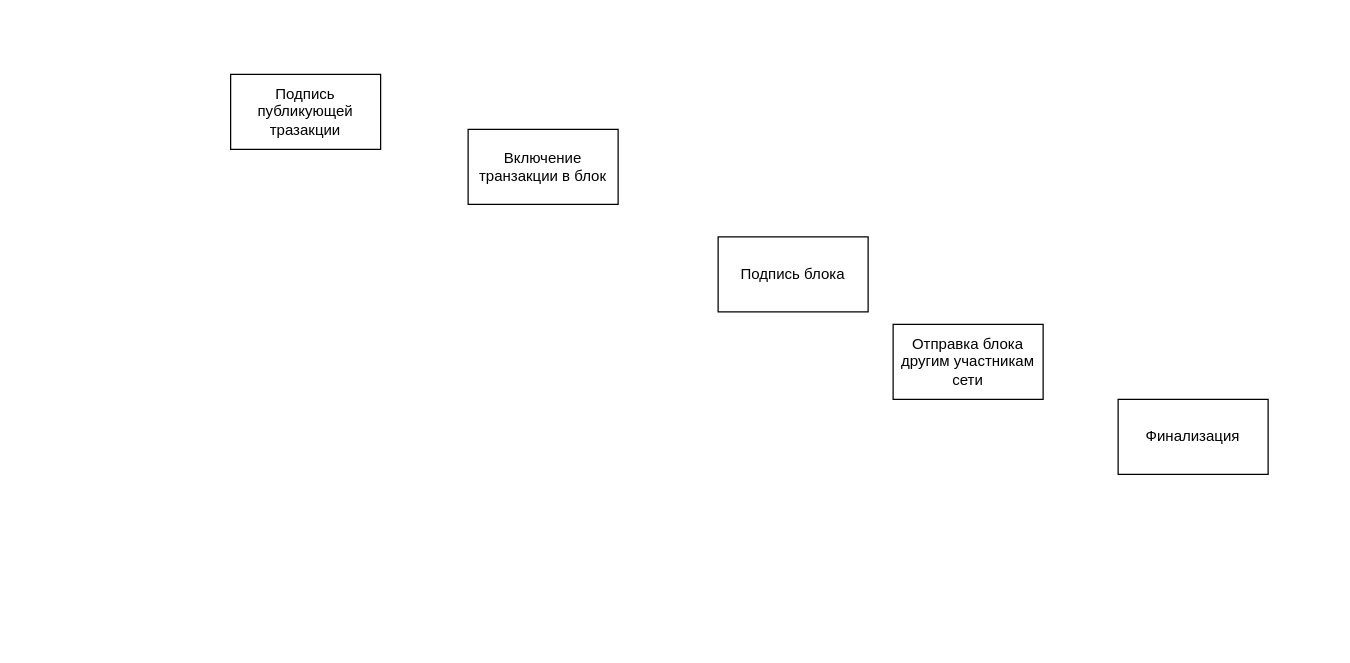
Trickster2038/BmstuDocs7 keeps this draw.io diagram as page "Страница 5" (7 of 8) of system_analysis/lab2.drawio. Above is the earlier version. Source tidied: cells renumbered, new cells numbered last; positions are measured from the earlier drawing's top-left corner, leaving out a move shared by most shapes. Both pictures are drawn from the tidied source at 125%, with x=0, y=0 at pixel (230, 74).
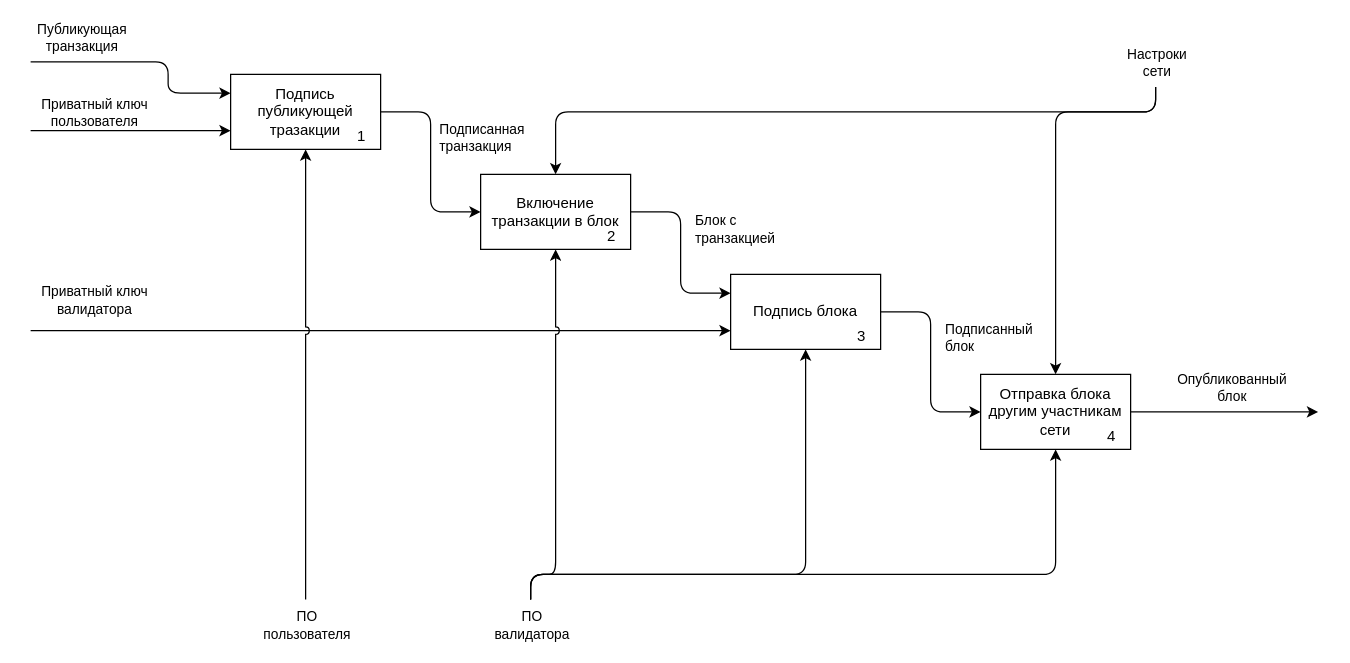
The same page after the edit.

The change refers to these unchanged cells:
```xml
<mxCell id="2" value="Подпись публикующей тразакции" style="rounded=0;whiteSpace=wrap;html=1;" parent="1" vertex="1">
  <mxGeometry width="120" height="60" as="geometry" />
</mxCell>
```

Diff of the diagram source:
```diff
@@
     <mxCell id="3" value="Включение транзакции в блок" style="rounded=0;whiteSpace=wrap;html=1;" parent="1" vertex="1">
-      <mxGeometry x="190" y="44" width="120" height="60" as="geometry" />
+      <mxGeometry x="200" y="80" width="120" height="60" as="geometry" />
     </mxCell>
     <mxCell id="4" value="Отправка блока другим участникам сети" style="rounded=0;whiteSpace=wrap;html=1;" parent="1" vertex="1">
-      <mxGeometry x="530" y="200" width="120" height="60" as="geometry" />
+      <mxGeometry x="600" y="240" width="120" height="60" as="geometry" />
     </mxCell>
     <mxCell id="5" value="Подпись блока" style="rounded=0;whiteSpace=wrap;html=1;" parent="1" vertex="1">
-      <mxGeometry x="390" y="130" width="120" height="60" as="geometry" />
+      <mxGeometry x="400" y="160" width="120" height="60" as="geometry" />
     </mxCell>
-    <mxCell id="6" value="Финализация" style="rounded=0;whiteSpace=wrap;html=1;" parent="1" vertex="1">
-      <mxGeometry x="710" y="260" width="120" height="60" as="geometry" />
-    </mxCell>
+    <mxCell id="7" style="endArrow=classic;html=1;rounded=1;entryX=0;entryY=0.25;entryDx=0;entryDy=0;edgeStyle=orthogonalEdgeStyle;" parent="1" edge="1" target="2">
+      <mxGeometry relative="1" as="geometry">
+        <mxPoint x="-160" y="-10" as="sourcePoint" />
+        <Array as="points">
+          <mxPoint x="-50" y="-10" />
+          <mxPoint x="-50" y="15" />
+        </Array>
+      </mxGeometry>
+    </mxCell>
+    <mxCell id="8" value="&lt;span style=&quot;text-align: left;&quot;&gt;Публикующая&lt;/span&gt;&lt;br style=&quot;text-align: left;&quot;&gt;&lt;span style=&quot;text-align: left;&quot;&gt;транзакция&lt;/span&gt;" style="edgeLabel;html=1;align=center;verticalAlign=middle;labelBackgroundColor=none;" parent="7" vertex="1">
+      <mxGeometry relative="1" as="geometry">
+        <mxPoint x="-53" y="-20" as="offset" />
+      </mxGeometry>
+    </mxCell>
+    <mxCell id="9" style="endArrow=classic;html=1;rounded=1;entryX=0;entryY=0.75;entryDx=0;entryDy=0;edgeStyle=orthogonalEdgeStyle;" parent="1" edge="1" target="2">
+      <mxGeometry relative="1" as="geometry">
+        <mxPoint x="-160" y="45" as="sourcePoint" />
+        <Array as="points">
+          <mxPoint x="-90" y="45" />
+          <mxPoint x="-90" y="45" />
+        </Array>
+      </mxGeometry>
+    </mxCell>
+    <mxCell id="10" value="&lt;div style=&quot;&quot;&gt;Приватный&amp;nbsp;&lt;span style=&quot;background-color: initial;&quot;&gt;ключ&lt;/span&gt;&lt;/div&gt;&lt;div style=&quot;&quot;&gt;пользователя&lt;/div&gt;" style="edgeLabel;html=1;align=center;verticalAlign=middle;labelBackgroundColor=none;" parent="9" vertex="1">
+      <mxGeometry relative="1" as="geometry">
+        <mxPoint x="-30" y="-15" as="offset" />
+      </mxGeometry>
+    </mxCell>
+    <mxCell id="11" style="endArrow=classic;html=1;rounded=1;entryX=0;entryY=0.5;entryDx=0;entryDy=0;edgeStyle=orthogonalEdgeStyle;exitX=1;exitY=0.5;exitDx=0;exitDy=0;" parent="1" edge="1" source="2" target="3">
+      <mxGeometry relative="1" as="geometry">
+        <Array as="points">
+          <mxPoint x="160" y="30" />
+          <mxPoint x="160" y="110" />
+        </Array>
+      </mxGeometry>
+    </mxCell>
+    <mxCell id="12" value="Подписанная&lt;br&gt;&lt;div style=&quot;text-align: left;&quot;&gt;&lt;span style=&quot;background-color: initial;&quot;&gt;транзакция&lt;/span&gt;&lt;/div&gt;" style="edgeLabel;html=1;align=center;verticalAlign=middle;labelBackgroundColor=none;" parent="11" vertex="1">
+      <mxGeometry relative="1" as="geometry">
+        <mxPoint x="40" y="-20" as="offset" />
+      </mxGeometry>
+    </mxCell>
+    <mxCell id="13" style="endArrow=classic;html=1;rounded=1;entryX=0;entryY=0.25;entryDx=0;entryDy=0;edgeStyle=orthogonalEdgeStyle;exitX=1;exitY=0.5;exitDx=0;exitDy=0;" parent="1" edge="1" source="3" target="5">
+      <mxGeometry relative="1" as="geometry">
+        <Array as="points">
+          <mxPoint x="360" y="110" />
+          <mxPoint x="360" y="175" />
+        </Array>
+      </mxGeometry>
+    </mxCell>
+    <mxCell id="14" value="Блок с&amp;nbsp;&lt;br&gt;&lt;div style=&quot;&quot;&gt;&lt;span style=&quot;background-color: initial;&quot;&gt;транзакцией&lt;/span&gt;&lt;/div&gt;" style="edgeLabel;html=1;align=left;verticalAlign=middle;labelBackgroundColor=none;" parent="13" vertex="1">
+      <mxGeometry relative="1" as="geometry">
+        <mxPoint x="10" y="-20" as="offset" />
+      </mxGeometry>
+    </mxCell>
+    <mxCell id="15" style="endArrow=classic;html=1;rounded=1;entryX=0;entryY=0.5;entryDx=0;entryDy=0;edgeStyle=orthogonalEdgeStyle;exitX=1;exitY=0.5;exitDx=0;exitDy=0;" parent="1" edge="1" source="5" target="4">
+      <mxGeometry relative="1" as="geometry">
+        <Array as="points">
+          <mxPoint x="560" y="190" />
+          <mxPoint x="560" y="270" />
+        </Array>
+      </mxGeometry>
+    </mxCell>
+    <mxCell id="16" value="Подписанный&lt;br&gt;блок" style="edgeLabel;html=1;align=left;verticalAlign=middle;labelBackgroundColor=none;" parent="15" vertex="1">
+      <mxGeometry relative="1" as="geometry">
+        <mxPoint x="10" y="-20" as="offset" />
+      </mxGeometry>
+    </mxCell>
+    <mxCell id="17" style="endArrow=classic;html=1;rounded=1;edgeStyle=orthogonalEdgeStyle;entryX=0;entryY=0.75;entryDx=0;entryDy=0;" parent="1" edge="1" target="5">
+      <mxGeometry relative="1" as="geometry">
+        <mxPoint x="-160" y="205" as="sourcePoint" />
+        <Array as="points">
+          <mxPoint x="-160" y="205" />
+        </Array>
+      </mxGeometry>
+    </mxCell>
+    <mxCell id="18" value="&lt;div style=&quot;&quot;&gt;Приватный&amp;nbsp;&lt;span style=&quot;background-color: initial;&quot;&gt;ключ&lt;/span&gt;&lt;/div&gt;&lt;div style=&quot;&quot;&gt;валидатора&lt;/div&gt;" style="edgeLabel;html=1;align=center;verticalAlign=middle;labelBackgroundColor=none;" parent="17" vertex="1">
+      <mxGeometry relative="1" as="geometry">
+        <mxPoint x="-230" y="-25" as="offset" />
+      </mxGeometry>
+    </mxCell>
+    <mxCell id="19" style="endArrow=classic;html=1;rounded=0;exitX=1;exitY=0.5;exitDx=0;exitDy=0;" parent="1" edge="1" source="4">
+      <mxGeometry relative="1" as="geometry">
+        <mxPoint x="870" y="270" as="targetPoint" />
+      </mxGeometry>
+    </mxCell>
+    <mxCell id="20" value="Опубликованный&lt;br&gt;блок" style="edgeLabel;html=1;align=center;verticalAlign=middle;labelBackgroundColor=none;" parent="19" vertex="1">
+      <mxGeometry relative="1" as="geometry">
+        <mxPoint x="5" y="-20" as="offset" />
+      </mxGeometry>
+    </mxCell>
+    <mxCell id="21" value="2" style="text;html=1;strokeColor=none;fillColor=none;align=center;verticalAlign=middle;whiteSpace=wrap;rounded=0;" parent="1" vertex="1">
+      <mxGeometry x="290" y="120" width="30" height="20" as="geometry" />
+    </mxCell>
+    <mxCell id="22" value="1" style="text;html=1;strokeColor=none;fillColor=none;align=center;verticalAlign=middle;whiteSpace=wrap;rounded=0;" parent="1" vertex="1">
+      <mxGeometry x="90" y="40" width="30" height="20" as="geometry" />
+    </mxCell>
+    <mxCell id="23" style="endArrow=classic;html=1;rounded=1;entryX=0.5;entryY=0;entryDx=0;entryDy=0;edgeStyle=orthogonalEdgeStyle;" parent="1" edge="1" target="4">
+      <mxGeometry relative="1" as="geometry">
+        <mxPoint x="740" y="10" as="sourcePoint" />
+        <Array as="points">
+          <mxPoint x="740" y="10" />
+          <mxPoint x="740" y="30" />
+          <mxPoint x="660" y="30" />
+        </Array>
+      </mxGeometry>
+    </mxCell>
+    <mxCell id="24" value="Настроки&lt;br&gt;сети" style="edgeLabel;html=1;align=center;verticalAlign=middle;labelBackgroundColor=none;" parent="23" vertex="1">
+      <mxGeometry relative="1" as="geometry">
+        <mxPoint x="80" y="-95" as="offset" />
+      </mxGeometry>
+    </mxCell>
+    <mxCell id="25" style="endArrow=classic;html=1;rounded=1;entryX=0.5;entryY=0;entryDx=0;entryDy=0;edgeStyle=orthogonalEdgeStyle;" parent="1" edge="1" target="3">
+      <mxGeometry relative="1" as="geometry">
+        <mxPoint x="740" y="10" as="sourcePoint" />
+        <Array as="points">
+          <mxPoint x="740" y="10" />
+          <mxPoint x="740" y="30" />
+          <mxPoint x="260" y="30" />
+        </Array>
+      </mxGeometry>
+    </mxCell>
+    <mxCell id="26" style="endArrow=classic;html=1;rounded=1;entryX=0.5;entryY=1;entryDx=0;entryDy=0;edgeStyle=orthogonalEdgeStyle;jumpStyle=arc;" parent="1" edge="1" target="2">
+      <mxGeometry relative="1" as="geometry">
+        <mxPoint x="60" y="420" as="sourcePoint" />
+        <Array as="points">
+          <mxPoint x="60" y="320" />
+        </Array>
+      </mxGeometry>
+    </mxCell>
+    <mxCell id="27" value="ПО &lt;br&gt;пользователя" style="edgeLabel;html=1;align=center;verticalAlign=middle;labelBackgroundColor=none;" parent="26" vertex="1">
+      <mxGeometry relative="1" as="geometry">
+        <mxPoint y="200" as="offset" />
+      </mxGeometry>
+    </mxCell>
+    <mxCell id="28" style="endArrow=classic;html=1;rounded=1;entryX=0.5;entryY=1;entryDx=0;entryDy=0;edgeStyle=orthogonalEdgeStyle;jumpStyle=arc;" parent="1" edge="1" target="3">
+      <mxGeometry relative="1" as="geometry">
+        <mxPoint x="240" y="420" as="sourcePoint" />
+        <Array as="points">
+          <mxPoint x="240" y="400" />
+          <mxPoint x="260" y="400" />
+        </Array>
+      </mxGeometry>
+    </mxCell>
+    <mxCell id="29" value="ПО &lt;br&gt;валидатора" style="edgeLabel;html=1;align=center;verticalAlign=middle;labelBackgroundColor=none;" parent="28" vertex="1">
+      <mxGeometry relative="1" as="geometry">
+        <mxPoint x="-20" y="150" as="offset" />
+      </mxGeometry>
+    </mxCell>
+    <mxCell id="30" style="endArrow=classic;html=1;rounded=1;entryX=0.5;entryY=1;entryDx=0;entryDy=0;edgeStyle=orthogonalEdgeStyle;jumpStyle=arc;" parent="1" edge="1" target="5">
+      <mxGeometry relative="1" as="geometry">
+        <mxPoint x="240" y="420" as="sourcePoint" />
+        <Array as="points">
+          <mxPoint x="240" y="400" />
+          <mxPoint x="460" y="400" />
+        </Array>
+      </mxGeometry>
+    </mxCell>
+    <mxCell id="31" style="endArrow=classic;html=1;rounded=1;entryX=0.5;entryY=1;entryDx=0;entryDy=0;edgeStyle=orthogonalEdgeStyle;jumpStyle=arc;" parent="1" edge="1" target="4">
+      <mxGeometry relative="1" as="geometry">
+        <mxPoint x="240" y="420" as="sourcePoint" />
+        <Array as="points">
+          <mxPoint x="240" y="400" />
+          <mxPoint x="660" y="400" />
+        </Array>
+      </mxGeometry>
+    </mxCell>
+    <mxCell id="32" value="3" style="text;html=1;strokeColor=none;fillColor=none;align=center;verticalAlign=middle;whiteSpace=wrap;rounded=0;" parent="1" vertex="1">
+      <mxGeometry x="490" y="200" width="30" height="20" as="geometry" />
+    </mxCell>
+    <mxCell id="33" value="4" style="text;html=1;strokeColor=none;fillColor=none;align=center;verticalAlign=middle;whiteSpace=wrap;rounded=0;" parent="1" vertex="1">
+      <mxGeometry x="690" y="280" width="30" height="20" as="geometry" />
+    </mxCell>
```
